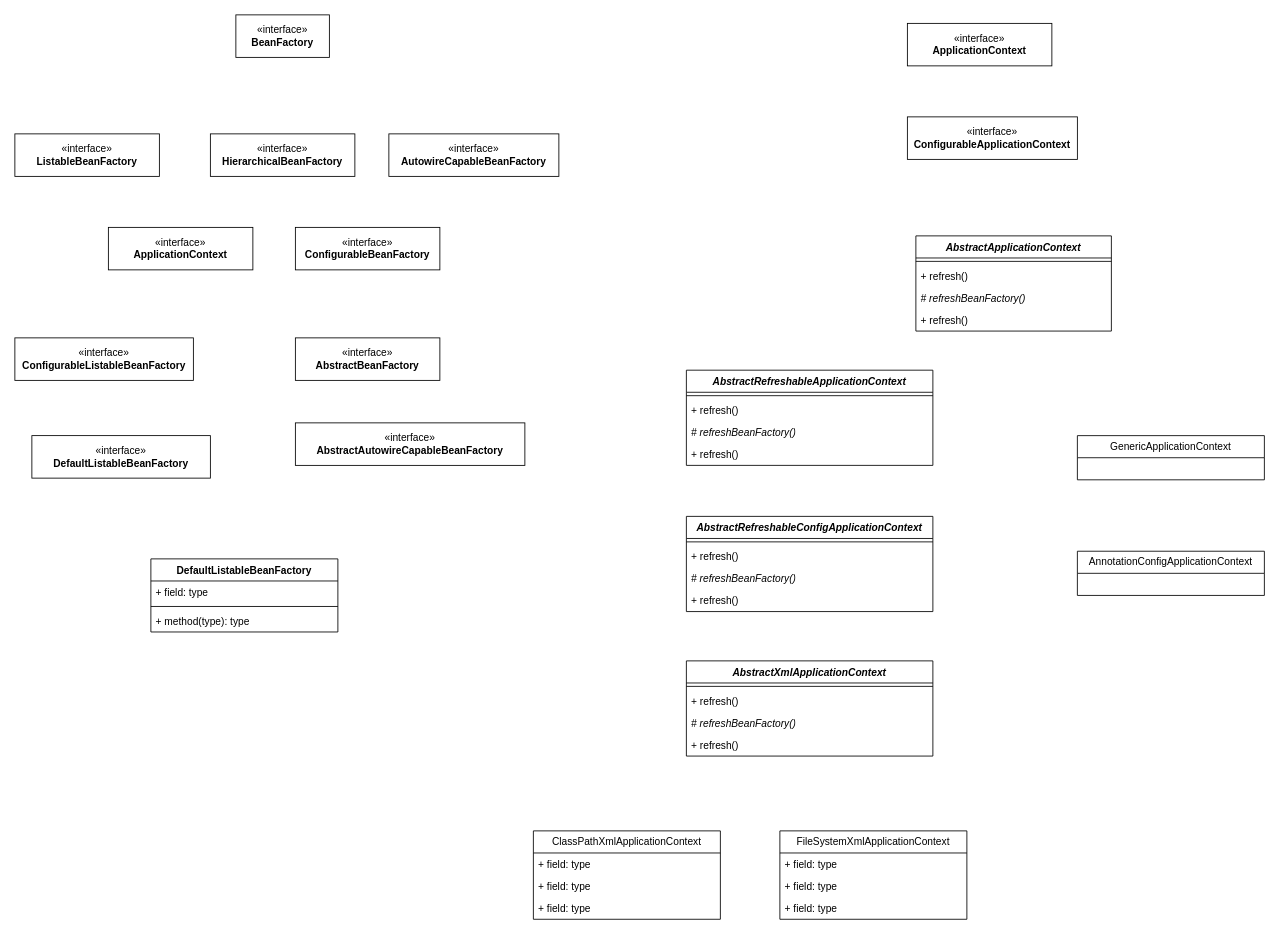
Earlier version of the draw.io diagram Spring源码.drawio (caoj/drawio-online). Source tidied: cells renumbered, new cells numbered last; positions are measured from the earlier drawing's top-left corner, leaving out a move shared by most shapes. Both pictures are drawn from the tidied source at 85%, with x=0, y=0 at pixel (14, 14).
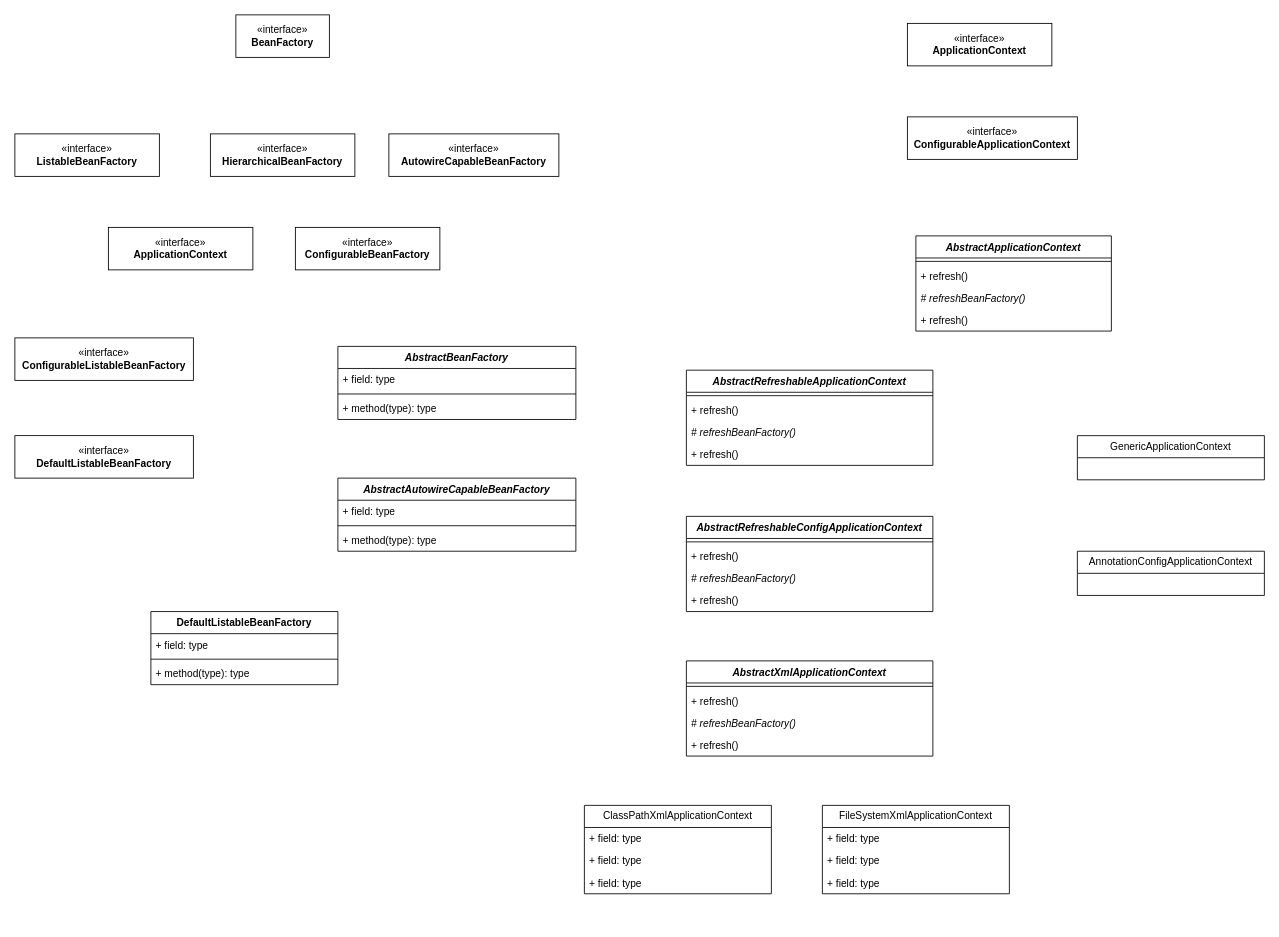
The same page after the edit.

The edit, as a diff of the source:
```diff
@@
-    <mxCell id="9" value="«interface»&lt;br&gt;&lt;b&gt;AbstractBeanFactory&lt;/b&gt;" style="html=1;whiteSpace=wrap;" parent="1" vertex="1">
-      <mxGeometry x="330" y="380" width="170" height="50" as="geometry" />
-    </mxCell>
-    <mxCell id="10" value="«interface»&lt;br&gt;&lt;b&gt;AbstractAutowireCapableBeanFactory&lt;/b&gt;" style="html=1;whiteSpace=wrap;" parent="1" vertex="1">
-      <mxGeometry x="330" y="480" width="270" height="50" as="geometry" />
-    </mxCell>
     <mxCell id="11" value="«interface»&lt;br&gt;&lt;b&gt;DefaultListableBeanFactory&lt;/b&gt;" style="html=1;whiteSpace=wrap;" parent="1" vertex="1">
-      <mxGeometry x="20" y="495" width="210" height="50" as="geometry" />
+      <mxGeometry y="495" width="210" height="50" as="geometry" />
     </mxCell>
     <mxCell id="12" value="DefaultListableBeanFactory" style="swimlane;fontStyle=1;align=center;verticalAlign=top;horizontal=1;startSize=26;whiteSpace=wrap;html=1;" parent="1" vertex="1">
-      <mxGeometry x="160" y="640" width="220" height="86" as="geometry" />
+      <mxGeometry x="160" y="702" width="220" height="86" as="geometry" />
     </mxCell>
@@
     <mxCell id="38" value="ClassPathXmlApplicationContext" style="swimlane;fontStyle=0;horizontal=1;startSize=26;fillColor=none;whiteSpace=wrap;html=1;" parent="1" vertex="1">
-      <mxGeometry x="610" y="960" width="220" height="104" as="geometry" />
+      <mxGeometry x="670" y="930" width="220" height="104" as="geometry" />
     </mxCell>
@@
     <mxCell id="42" value="FileSystemXmlApplicationContext" style="swimlane;fontStyle=0;horizontal=1;startSize=26;fillColor=none;whiteSpace=wrap;html=1;" parent="1" vertex="1">
-      <mxGeometry x="900" y="960" width="220" height="104" as="geometry" />
+      <mxGeometry x="950" y="930" width="220" height="104" as="geometry" />
     </mxCell>
@@
+    <mxCell id="48" value="&lt;b style=&quot;border-color: var(--border-color);&quot;&gt;&lt;i&gt;AbstractAutowireCapableBeanFactory&lt;/i&gt;&lt;/b&gt;" style="swimlane;fontStyle=1;align=center;verticalAlign=top;horizontal=1;startSize=26;whiteSpace=wrap;html=1;" parent="1" vertex="1">
+      <mxGeometry x="380" y="545" width="280" height="86" as="geometry" />
+    </mxCell>
+    <mxCell id="49" value="+ field: type" style="text;strokeColor=none;fillColor=none;align=left;verticalAlign=top;spacingLeft=4;spacingRight=4;overflow=hidden;whiteSpace=wrap;html=1;" parent="48" vertex="1">
+      <mxGeometry y="26" width="280" height="26" as="geometry" />
+    </mxCell>
+    <mxCell id="50" style="line;strokeWidth=1;fillColor=none;align=left;verticalAlign=middle;spacingTop=-1;spacingLeft=3;spacingRight=3;labelPosition=right;strokeColor=inherit;" parent="48" vertex="1">
+      <mxGeometry y="52" width="280" height="8" as="geometry" />
+    </mxCell>
+    <mxCell id="51" value="+ method(type): type" style="text;strokeColor=none;fillColor=none;align=left;verticalAlign=top;spacingLeft=4;spacingRight=4;overflow=hidden;whiteSpace=wrap;html=1;" parent="48" vertex="1">
+      <mxGeometry y="60" width="280" height="26" as="geometry" />
+    </mxCell>
+    <mxCell id="52" value="&lt;b style=&quot;border-color: var(--border-color);&quot;&gt;&lt;i&gt;AbstractBeanFactory&lt;/i&gt;&lt;/b&gt;" style="swimlane;fontStyle=1;align=center;verticalAlign=top;horizontal=1;startSize=26;whiteSpace=wrap;html=1;" parent="1" vertex="1">
+      <mxGeometry x="380" y="390" width="280" height="86" as="geometry" />
+    </mxCell>
+    <mxCell id="53" value="+ field: type" style="text;strokeColor=none;fillColor=none;align=left;verticalAlign=top;spacingLeft=4;spacingRight=4;overflow=hidden;whiteSpace=wrap;html=1;" parent="52" vertex="1">
+      <mxGeometry y="26" width="280" height="26" as="geometry" />
+    </mxCell>
+    <mxCell id="54" style="line;strokeWidth=1;fillColor=none;align=left;verticalAlign=middle;spacingTop=-1;spacingLeft=3;spacingRight=3;labelPosition=right;strokeColor=inherit;" parent="52" vertex="1">
+      <mxGeometry y="52" width="280" height="8" as="geometry" />
+    </mxCell>
+    <mxCell id="55" value="+ method(type): type" style="text;strokeColor=none;fillColor=none;align=left;verticalAlign=top;spacingLeft=4;spacingRight=4;overflow=hidden;whiteSpace=wrap;html=1;" parent="52" vertex="1">
+      <mxGeometry y="60" width="280" height="26" as="geometry" />
+    </mxCell>
```
